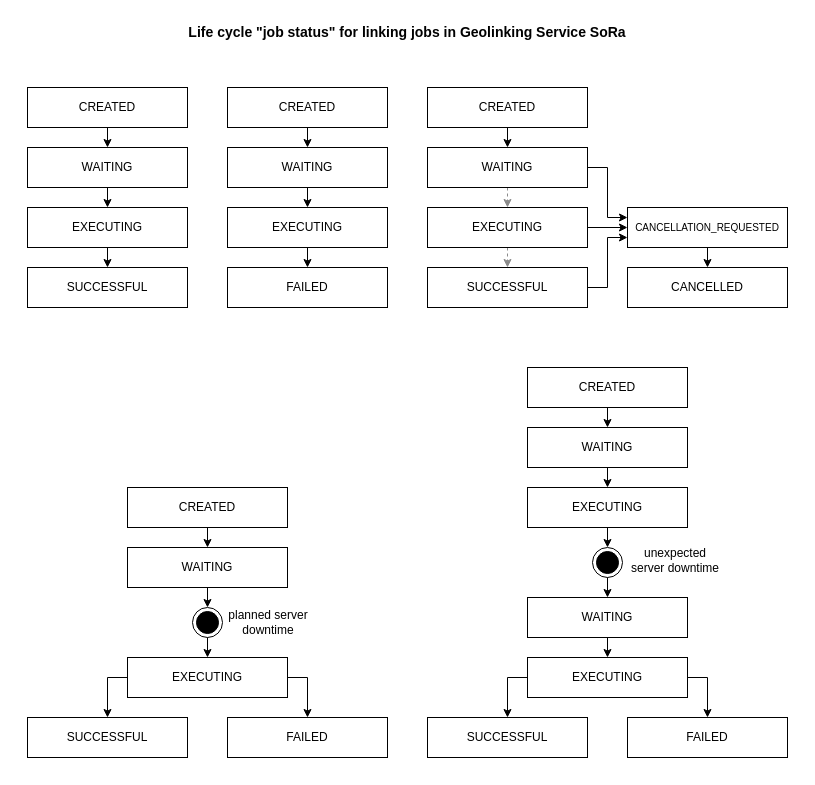
traveller195/draw_io keeps this draw.io diagram as sora/flowcharts_job_status_001.drawio. Above is the earlier version. Source tidied: cells renumbered, new cells numbered last; positions are measured from the earlier drawing's top-left corner, leaving out a move shared by most shapes. Both pictures are drawn from the tidied source at 100%, with x=0, y=0 at pixel (27, 17).
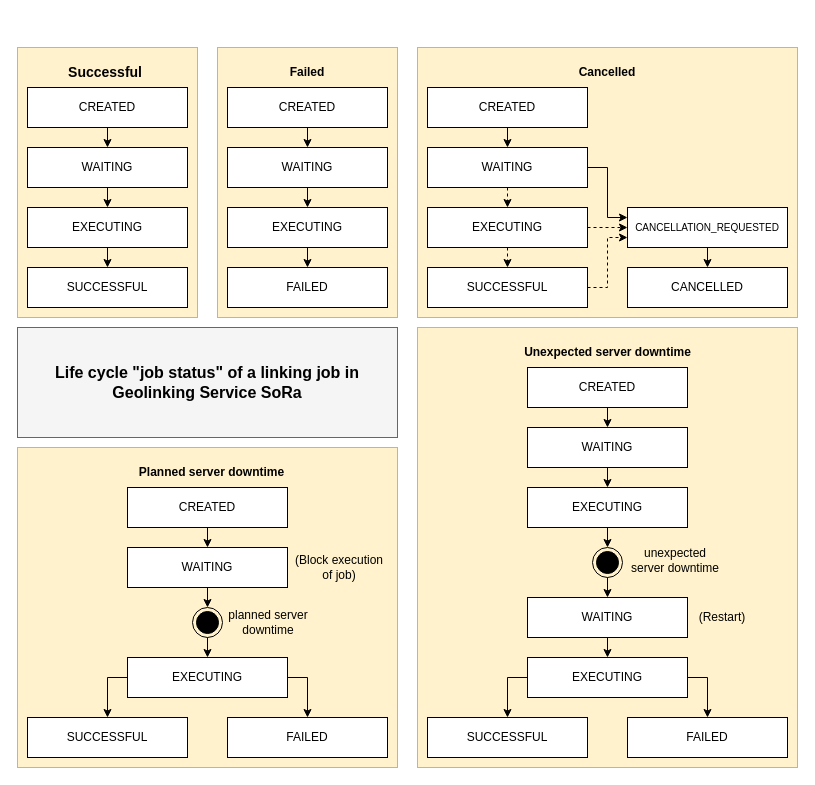
After the change.

Unchanged cells that the change refers to:
```xml
<mxCell id="20" value="WAITING" style="rounded=0;whiteSpace=wrap;html=1;" parent="1" vertex="1">
  <mxGeometry x="400" y="130" width="160" height="40" as="geometry" />
</mxCell>
<mxCell id="27" value="&lt;font style=&quot;font-size: 10px;&quot;&gt;CANCELLATION_REQUESTED&lt;/font&gt;" style="rounded=0;whiteSpace=wrap;html=1;" parent="1" vertex="1">
  <mxGeometry x="600" y="190" width="160" height="40" as="geometry" />
</mxCell>
```

The edit, as a diff of the source:
```diff
@@
+    <mxCell id="58" style="whiteSpace=wrap;html=1;fillColor=#f5f5f5;strokeColor=#666666;fontColor=#333333;" parent="1" vertex="1">
+      <mxGeometry x="-10" y="310" width="380" height="110" as="geometry" />
+    </mxCell>
+    <mxCell id="59" style="whiteSpace=wrap;html=1;fillColor=#fff2cc;strokeColor=#d6b656;" parent="1" vertex="1">
+      <mxGeometry x="390" y="310" width="380" height="440" as="geometry" />
+    </mxCell>
+    <mxCell id="60" style="whiteSpace=wrap;html=1;fillColor=#fff2cc;strokeColor=#d6b656;" parent="1" vertex="1">
+      <mxGeometry x="-10" y="430" width="380" height="320" as="geometry" />
+    </mxCell>
+    <mxCell id="61" style="whiteSpace=wrap;html=1;fillColor=#fff2cc;strokeColor=#d6b656;" parent="1" vertex="1">
+      <mxGeometry x="390" y="30" width="380" height="270" as="geometry" />
+    </mxCell>
+    <mxCell id="62" style="whiteSpace=wrap;html=1;fillColor=#fff2cc;strokeColor=#d6b656;" parent="1" vertex="1">
+      <mxGeometry x="190" y="30" width="180" height="270" as="geometry" />
+    </mxCell>
+    <mxCell id="63" style="whiteSpace=wrap;html=1;fillColor=#fff2cc;strokeColor=#d6b656;" parent="1" vertex="1">
+      <mxGeometry x="-10" y="30" width="180" height="270" as="geometry" />
+    </mxCell>
@@
-    <mxCell id="18" style="edgeStyle=orthogonalEdgeStyle;rounded=0;jettySize=auto;html=1;exitX=0.5;exitY=1;exitDx=0;exitDy=0;entryX=0.5;entryY=0;entryDx=0;entryDy=0;dashed=1;strokeColor=light-dark(#8a8a8a, #ededed);" parent="1" edge="1" source="20" target="23">
+    <mxCell id="18" style="edgeStyle=orthogonalEdgeStyle;rounded=0;jettySize=auto;html=1;exitX=0.5;exitY=1;exitDx=0;exitDy=0;entryX=0.5;entryY=0;entryDx=0;entryDy=0;dashed=1;strokeColor=light-dark(#000000,#EDEDED);" parent="1" edge="1" source="20" target="23">
       <mxGeometry relative="1" as="geometry" />
     </mxCell>
@@
-    <mxCell id="21" style="edgeStyle=orthogonalEdgeStyle;rounded=0;jettySize=auto;html=1;exitX=0.5;exitY=1;exitDx=0;exitDy=0;entryX=0.5;entryY=0;entryDx=0;entryDy=0;dashed=1;strokeColor=light-dark(#8a8a8a, #ededed);" parent="1" edge="1" source="23" target="25">
+    <mxCell id="21" style="edgeStyle=orthogonalEdgeStyle;rounded=0;jettySize=auto;html=1;exitX=0.5;exitY=1;exitDx=0;exitDy=0;entryX=0.5;entryY=0;entryDx=0;entryDy=0;dashed=1;strokeColor=light-dark(#000000,#EDEDED);" parent="1" edge="1" source="23" target="25">
       <mxGeometry relative="1" as="geometry" />
     </mxCell>
-    <mxCell id="22" style="edgeStyle=orthogonalEdgeStyle;rounded=0;jettySize=auto;html=1;exitX=1;exitY=0.5;exitDx=0;exitDy=0;entryX=0;entryY=0.5;entryDx=0;entryDy=0;" parent="1" edge="1" source="23" target="27">
+    <mxCell id="22" style="edgeStyle=orthogonalEdgeStyle;rounded=0;jettySize=auto;html=1;exitX=1;exitY=0.5;exitDx=0;exitDy=0;entryX=0;entryY=0.5;entryDx=0;entryDy=0;strokeColor=light-dark(#000000,#EDEDED);dashed=1;" parent="1" edge="1" source="23" target="27">
       <mxGeometry relative="1" as="geometry" />
     </mxCell>
-    <mxCell id="23" value="EXECUTING" style="rounded=0;whiteSpace=wrap;html=1;" parent="1" vertex="1">
+    <mxCell id="23" value="EXECUTING" style="rounded=0;whiteSpace=wrap;html=1;strokeColor=light-dark(#000000,#EDEDED);fontColor=light-dark(#000000,#EDEDED);" parent="1" vertex="1">
       <mxGeometry x="400" y="190" width="160" height="40" as="geometry" />
     </mxCell>
-    <mxCell id="24" style="edgeStyle=orthogonalEdgeStyle;rounded=0;jettySize=auto;html=1;exitX=1;exitY=0.5;exitDx=0;exitDy=0;entryX=0;entryY=0.75;entryDx=0;entryDy=0;" parent="1" edge="1" source="25" target="27">
+    <mxCell id="24" style="edgeStyle=orthogonalEdgeStyle;rounded=0;jettySize=auto;html=1;exitX=1;exitY=0.5;exitDx=0;exitDy=0;entryX=0;entryY=0.75;entryDx=0;entryDy=0;strokeColor=light-dark(#000000,#EDEDED);dashed=1;" parent="1" edge="1" source="25" target="27">
       <mxGeometry relative="1" as="geometry" />
     </mxCell>
-    <mxCell id="25" value="SUCCESSFUL" style="rounded=0;whiteSpace=wrap;html=1;" parent="1" vertex="1">
+    <mxCell id="25" value="SUCCESSFUL" style="rounded=0;whiteSpace=wrap;html=1;strokeColor=light-dark(#000000,#EDEDED);fontColor=light-dark(#000000,#EDEDED);" parent="1" vertex="1">
       <mxGeometry x="400" y="250" width="160" height="40" as="geometry" />
     </mxCell>
@@
-    <mxCell id="29" value="&lt;font style=&quot;font-size: 14px;&quot;&gt;&lt;b&gt;Life cycle &quot;job status&quot; for linking jobs in Geolinking Service SoRa&lt;/b&gt;&lt;/font&gt;" style="text;html=1;align=center;verticalAlign=middle;whiteSpace=wrap;rounded=0;" parent="1" vertex="1">
-      <mxGeometry x="140" width="480" height="30" as="geometry" />
+    <mxCell id="29" value="&lt;font&gt;&lt;span&gt;Life cycle &quot;job status&quot; of a linking job in Geolinking Service SoRa&lt;/span&gt;&lt;/font&gt;" style="text;html=1;align=center;verticalAlign=middle;whiteSpace=wrap;rounded=0;fontSize=16;fontStyle=1;" parent="1" vertex="1">
+      <mxGeometry x="5" y="350" width="350" height="30" as="geometry" />
     </mxCell>
@@
+    <mxCell id="64" value="(Restart)" style="text;html=1;align=center;verticalAlign=middle;whiteSpace=wrap;rounded=0;" parent="1" vertex="1">
+      <mxGeometry x="660" y="585" width="70" height="30" as="geometry" />
+    </mxCell>
+    <mxCell id="65" value="(Block execution of job)" style="text;html=1;align=center;verticalAlign=middle;whiteSpace=wrap;rounded=0;" parent="1" vertex="1">
+      <mxGeometry x="264" y="535" width="96" height="30" as="geometry" />
+    </mxCell>
+    <mxCell id="66" value="&lt;font style=&quot;font-size: 14px;&quot;&gt;Successful&amp;nbsp;&lt;/font&gt;" style="text;html=1;align=center;verticalAlign=middle;whiteSpace=wrap;rounded=0;fontStyle=1;" parent="1" vertex="1">
+      <mxGeometry x="32" y="40" width="96" height="30" as="geometry" />
+    </mxCell>
+    <mxCell id="67" value="Failed" style="text;html=1;align=center;verticalAlign=middle;whiteSpace=wrap;rounded=0;fontStyle=1;" parent="1" vertex="1">
+      <mxGeometry x="232" y="40" width="96" height="30" as="geometry" />
+    </mxCell>
+    <mxCell id="68" value="Cancelled" style="text;html=1;align=center;verticalAlign=middle;whiteSpace=wrap;rounded=0;fontStyle=1;" parent="1" vertex="1">
+      <mxGeometry x="532" y="40" width="96" height="30" as="geometry" />
+    </mxCell>
+    <mxCell id="69" value="Planned server downtime" style="text;html=1;align=center;verticalAlign=middle;whiteSpace=wrap;rounded=0;fontStyle=1;" parent="1" vertex="1">
+      <mxGeometry x="109" y="440" width="151" height="30" as="geometry" />
+    </mxCell>
+    <mxCell id="70" value="Unexpected server downtime" style="text;html=1;align=center;verticalAlign=middle;whiteSpace=wrap;rounded=0;fontStyle=1;" parent="1" vertex="1">
+      <mxGeometry x="494.8" y="320" width="170.5" height="30" as="geometry" />
+    </mxCell>
```
